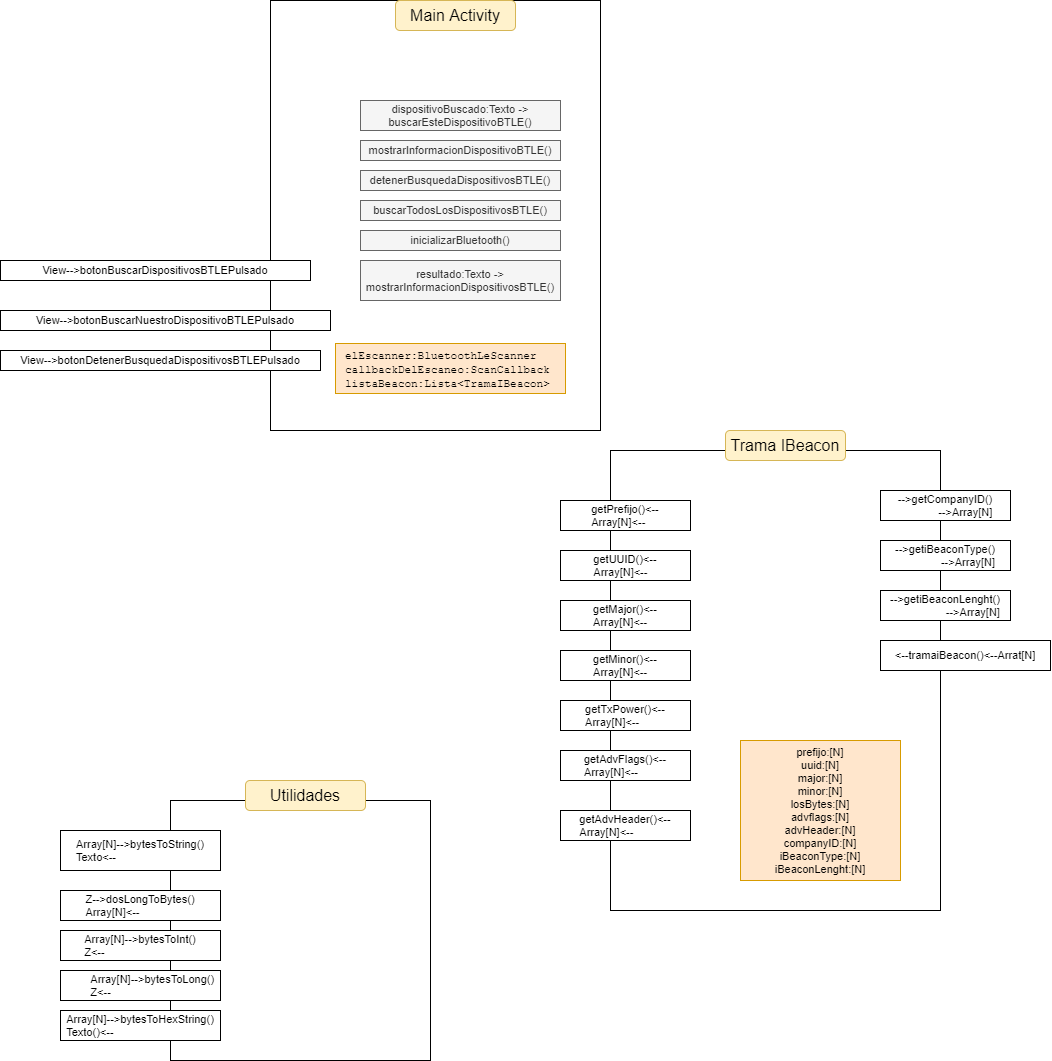
This is doc/diseñosAndroid.drawio (1).png from Gausek17/ProyectoBiometria-Android, a draw.io export, as it was before one commit. Source tidied: cells renumbered, new cells last; positions are measured from the earlier drawing's top-left corner, leaving out a move shared by most shapes.
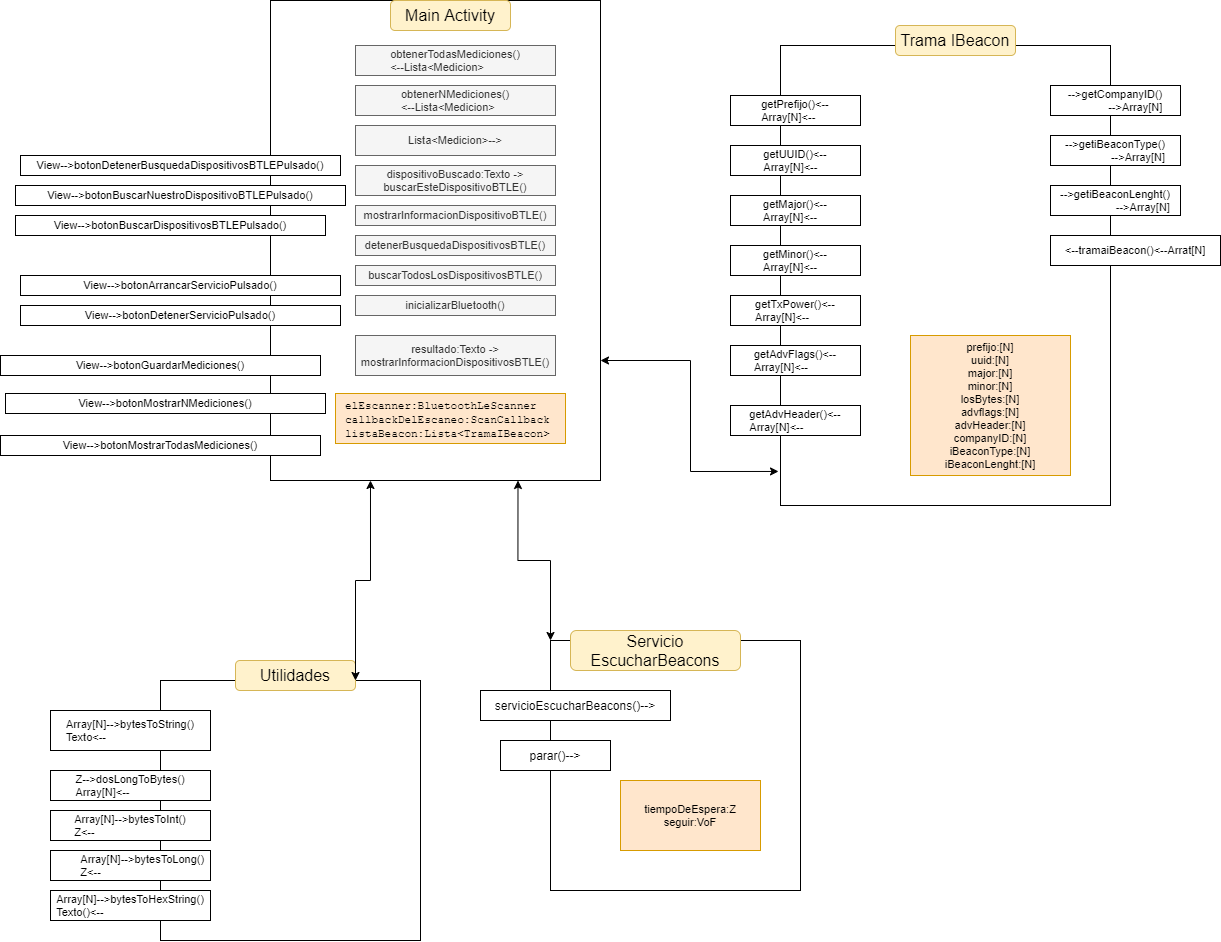
Later version of the same file.

Diff of the diagram source:
```diff
@@ -2,110 +2,152 @@
   <root>
     <mxCell id="0" />
     <mxCell id="1" parent="0" />
-    <mxCell id="2" style="edgeStyle=orthogonalEdgeStyle;rounded=0;orthogonalLoop=1;jettySize=auto;html=1;fontSize=11;" parent="1" edge="1">
-      <mxGeometry relative="1" as="geometry">
-        <mxPoint x="90" y="269.8" as="sourcePoint" />
-        <mxPoint x="110" y="269.8" as="targetPoint" />
-      </mxGeometry>
-    </mxCell>
     <mxCell id="3" style="rounded=0;whiteSpace=wrap;html=1;align=left;verticalAlign=top;spacingLeft=8;" parent="1" vertex="1">
-      <mxGeometry x="270" width="330" height="430" as="geometry" />
+      <mxGeometry x="270" y="-50" width="330" height="480" as="geometry" />
     </mxCell>
     <mxCell id="4" value="Main Activity" style="rounded=1;whiteSpace=wrap;html=1;fontSize=16;fillColor=#fff2cc;strokeColor=#d6b656;" parent="1" vertex="1">
-      <mxGeometry x="395" width="120" height="30" as="geometry" />
+      <mxGeometry x="390" y="-50" width="120" height="30" as="geometry" />
     </mxCell>
     <mxCell id="5" value="&lt;font style=&quot;font-size: 11px&quot;&gt;elEscanner:BluetoothLeScanner&lt;br&gt;callbackDelEscaneo:ScanCallback&lt;br&gt;listaBeacon:Lista&amp;lt;TramaIBeacon&amp;gt;&lt;br&gt;&lt;/font&gt;" style="rounded=0;whiteSpace=wrap;html=1;align=left;fontFamily=Courier New;spacingTop=2;spacingLeft=8;fillColor=#ffe6cc;strokeColor=#d79b00;" parent="1" vertex="1">
       <mxGeometry x="335" y="343" width="230" height="50" as="geometry" />
     </mxCell>
     <mxCell id="6" value="buscarTodosLosDispositivosBTLE()" style="rounded=0;whiteSpace=wrap;html=1;fontSize=11;fillColor=#f5f5f5;strokeColor=#666666;fontColor=#333333;" parent="1" vertex="1">
-      <mxGeometry x="360" y="200" width="200" height="20" as="geometry" />
+      <mxGeometry x="355" y="215" width="200" height="20" as="geometry" />
     </mxCell>
     <mxCell id="7" value="detenerBusquedaDispositivosBTLE()" style="rounded=0;whiteSpace=wrap;html=1;fontSize=11;fillColor=#f5f5f5;strokeColor=#666666;fontColor=#333333;" parent="1" vertex="1">
-      <mxGeometry x="360" y="170" width="200" height="20" as="geometry" />
+      <mxGeometry x="355" y="185" width="200" height="20" as="geometry" />
     </mxCell>
-    <mxCell id="8" value="View--&amp;gt;botonBuscarDispositivosBTLEPulsado" style="rounded=0;whiteSpace=wrap;html=1;fontSize=11;" parent="1" vertex="1">
-      <mxGeometry y="260" width="310" height="20" as="geometry" />
+    <mxCell id="8" value="View--&amp;gt;botonBuscarDispositivosBTLEPulsado()" style="rounded=0;whiteSpace=wrap;html=1;fontSize=11;" parent="1" vertex="1">
+      <mxGeometry x="15" y="165" width="310" height="20" as="geometry" />
     </mxCell>
-    <mxCell id="9" value="View--&amp;gt;botonBuscarNuestroDispositivoBTLEPulsado" style="rounded=0;whiteSpace=wrap;html=1;fontSize=11;" parent="1" vertex="1">
-      <mxGeometry y="310" width="330" height="20" as="geometry" />
+    <mxCell id="9" value="View--&amp;gt;botonBuscarNuestroDispositivoBTLEPulsado()" style="rounded=0;whiteSpace=wrap;html=1;fontSize=11;" parent="1" vertex="1">
+      <mxGeometry x="15" y="135" width="330" height="20" as="geometry" />
     </mxCell>
-    <mxCell id="10" value="View--&amp;gt;botonDetenerBusquedaDispositivosBTLEPulsado" style="rounded=0;whiteSpace=wrap;html=1;fontSize=11;" parent="1" vertex="1">
-      <mxGeometry y="350" width="320" height="20" as="geometry" />
+    <mxCell id="10" value="View--&amp;gt;botonDetenerBusquedaDispositivosBTLEPulsado()" style="rounded=0;whiteSpace=wrap;html=1;fontSize=11;" parent="1" vertex="1">
+      <mxGeometry x="20" y="105" width="320" height="20" as="geometry" />
     </mxCell>
     <mxCell id="11" value="inicializarBluetooth()" style="rounded=0;whiteSpace=wrap;html=1;fontSize=11;fillColor=#f5f5f5;strokeColor=#666666;fontColor=#333333;" parent="1" vertex="1">
-      <mxGeometry x="360" y="230" width="200" height="20" as="geometry" />
+      <mxGeometry x="355" y="245" width="200" height="20" as="geometry" />
     </mxCell>
     <mxCell id="12" value="mostrarInformacionDispositivoBTLE()" style="rounded=0;whiteSpace=wrap;html=1;fontSize=11;fillColor=#f5f5f5;strokeColor=#666666;fontColor=#333333;" parent="1" vertex="1">
-      <mxGeometry x="360" y="140" width="200" height="20" as="geometry" />
+      <mxGeometry x="355" y="155" width="200" height="20" as="geometry" />
     </mxCell>
     <mxCell id="13" value="&lt;span style=&quot;text-align: left&quot;&gt;dispositivoBuscado:Texto -&amp;gt; buscarEsteDispositivoBTLE()&lt;/span&gt;" style="rounded=0;whiteSpace=wrap;html=1;fontSize=11;fillColor=#f5f5f5;strokeColor=#666666;fontColor=#333333;" parent="1" vertex="1">
-      <mxGeometry x="360" y="100" width="200" height="30" as="geometry" />
+      <mxGeometry x="355" y="115" width="200" height="30" as="geometry" />
     </mxCell>
     <mxCell id="14" value="resultado:Texto -&amp;gt; mostrarInformacionDispositivosBTLE()" style="rounded=0;whiteSpace=wrap;html=1;fontSize=11;fillColor=#f5f5f5;strokeColor=#666666;fontColor=#333333;" parent="1" vertex="1">
-      <mxGeometry x="360" y="260" width="200" height="40" as="geometry" />
+      <mxGeometry x="355" y="285" width="200" height="40" as="geometry" />
     </mxCell>
     <mxCell id="15" style="rounded=0;whiteSpace=wrap;html=1;align=left;verticalAlign=top;spacingLeft=8;" parent="1" vertex="1">
-      <mxGeometry x="170" y="800" width="260" height="260" as="geometry" />
+      <mxGeometry x="160" y="630" width="260" height="260" as="geometry" />
     </mxCell>
     <mxCell id="16" value="Utilidades" style="rounded=1;whiteSpace=wrap;html=1;fontSize=16;fillColor=#fff2cc;strokeColor=#d6b656;" parent="1" vertex="1">
-      <mxGeometry x="245" y="780" width="120" height="30" as="geometry" />
+      <mxGeometry x="235" y="610" width="120" height="30" as="geometry" />
     </mxCell>
     <mxCell id="17" value="Array[N]--&amp;gt;bytesToString()&lt;br&gt;&lt;div style=&quot;text-align: left&quot;&gt;&lt;span&gt;Texto&amp;lt;--&lt;/span&gt;&lt;/div&gt;" style="rounded=0;whiteSpace=wrap;html=1;fontSize=11;" parent="1" vertex="1">
-      <mxGeometry x="60" y="830" width="160" height="40" as="geometry" />
+      <mxGeometry x="50" y="660" width="160" height="40" as="geometry" />
     </mxCell>
     <mxCell id="18" value="Z--&amp;gt;dosLongToBytes()&lt;br&gt;&lt;div style=&quot;text-align: left&quot;&gt;&lt;span&gt;Array[N]&amp;lt;--&lt;/span&gt;&lt;/div&gt;" style="rounded=0;whiteSpace=wrap;html=1;fontSize=11;" parent="1" vertex="1">
-      <mxGeometry x="60" y="890" width="160" height="30" as="geometry" />
+      <mxGeometry x="50" y="720" width="160" height="30" as="geometry" />
     </mxCell>
     <mxCell id="19" value="Array[N]--&amp;gt;bytesToInt()&lt;br&gt;&lt;div style=&quot;text-align: left&quot;&gt;&lt;span&gt;Z&amp;lt;--&lt;/span&gt;&lt;/div&gt;" style="rounded=0;whiteSpace=wrap;html=1;fontSize=11;" parent="1" vertex="1">
-      <mxGeometry x="60" y="930" width="160" height="30" as="geometry" />
+      <mxGeometry x="50" y="760" width="160" height="30" as="geometry" />
     </mxCell>
     <mxCell id="20" value="&lt;span style=&quot;white-space: pre&quot;&gt;&#9;&lt;/span&gt;Array[N]--&amp;gt;bytesToLong()&lt;br&gt;&lt;div style=&quot;text-align: left&quot;&gt;&lt;span&gt;&amp;nbsp; &amp;nbsp; &amp;nbsp; &amp;nbsp; Z&amp;lt;--&lt;/span&gt;&lt;/div&gt;" style="rounded=0;whiteSpace=wrap;html=1;fontSize=11;align=center;" parent="1" vertex="1">
-      <mxGeometry x="60" y="970" width="160" height="30" as="geometry" />
+      <mxGeometry x="50" y="800" width="160" height="30" as="geometry" />
     </mxCell>
     <mxCell id="21" value="Array[N]--&amp;gt;bytesToHexString()&lt;br&gt;&lt;div style=&quot;text-align: left&quot;&gt;&lt;span&gt;Texto()&amp;lt;--&lt;/span&gt;&lt;/div&gt;" style="rounded=0;whiteSpace=wrap;html=1;fontSize=11;" parent="1" vertex="1">
-      <mxGeometry x="60" y="1010" width="160" height="30" as="geometry" />
+      <mxGeometry x="50" y="840" width="160" height="30" as="geometry" />
     </mxCell>
     <mxCell id="22" style="rounded=0;whiteSpace=wrap;html=1;fontFamily=Helvetica;fontSize=11;" parent="1" vertex="1">
-      <mxGeometry x="610" y="450" width="330" height="460" as="geometry" />
+      <mxGeometry x="780" y="-5" width="330" height="460" as="geometry" />
     </mxCell>
     <mxCell id="23" value="Trama IBeacon" style="rounded=1;whiteSpace=wrap;html=1;fontSize=16;fillColor=#fff2cc;strokeColor=#d6b656;" parent="1" vertex="1">
-      <mxGeometry x="725" y="430" width="120" height="30" as="geometry" />
+      <mxGeometry x="895" y="-25" width="120" height="30" as="geometry" />
     </mxCell>
     <mxCell id="24" value="getPrefijo()&amp;lt;--&lt;br&gt;&lt;div style=&quot;text-align: left&quot;&gt;&lt;span&gt;Array[N]&amp;lt;--&lt;/span&gt;&lt;/div&gt;" style="rounded=0;whiteSpace=wrap;html=1;fontFamily=Helvetica;fontSize=11;align=center;" parent="1" vertex="1">
-      <mxGeometry x="560" y="500" width="130" height="30" as="geometry" />
+      <mxGeometry x="730" y="45" width="130" height="30" as="geometry" />
     </mxCell>
     <mxCell id="25" value="getUUID()&amp;lt;--&lt;br&gt;&lt;div style=&quot;text-align: left&quot;&gt;&lt;span&gt;Array[N]&amp;lt;--&lt;/span&gt;&lt;/div&gt;" style="rounded=0;whiteSpace=wrap;html=1;fontFamily=Helvetica;fontSize=11;" parent="1" vertex="1">
-      <mxGeometry x="560" y="550" width="130" height="30" as="geometry" />
+      <mxGeometry x="730" y="95" width="130" height="30" as="geometry" />
     </mxCell>
     <mxCell id="26" value="getMajor()&amp;lt;--&lt;br&gt;&lt;div style=&quot;text-align: left&quot;&gt;&lt;span&gt;Array[N]&amp;lt;--&lt;/span&gt;&lt;/div&gt;" style="rounded=0;whiteSpace=wrap;html=1;fontFamily=Helvetica;fontSize=11;" parent="1" vertex="1">
-      <mxGeometry x="560" y="600" width="130" height="30" as="geometry" />
+      <mxGeometry x="730" y="145" width="130" height="30" as="geometry" />
     </mxCell>
     <mxCell id="27" value="getMinor()&amp;lt;--&lt;br&gt;&lt;div style=&quot;text-align: left&quot;&gt;&lt;span&gt;Array[N]&amp;lt;--&lt;/span&gt;&lt;/div&gt;" style="rounded=0;whiteSpace=wrap;html=1;fontFamily=Helvetica;fontSize=11;align=center;" parent="1" vertex="1">
-      <mxGeometry x="560" y="650" width="130" height="30" as="geometry" />
+      <mxGeometry x="730" y="195" width="130" height="30" as="geometry" />
     </mxCell>
     <mxCell id="28" value="getTxPower()&amp;lt;--&lt;br&gt;&lt;div style=&quot;text-align: left&quot;&gt;&lt;span&gt;Array[N]&amp;lt;--&lt;/span&gt;&lt;/div&gt;" style="rounded=0;whiteSpace=wrap;html=1;fontFamily=Helvetica;fontSize=11;" parent="1" vertex="1">
-      <mxGeometry x="560" y="700" width="130" height="30" as="geometry" />
+      <mxGeometry x="730" y="245" width="130" height="30" as="geometry" />
     </mxCell>
     <mxCell id="29" value="getAdvFlags()&amp;lt;--&lt;br&gt;&lt;div style=&quot;text-align: left&quot;&gt;&lt;span&gt;Array[N]&amp;lt;--&lt;/span&gt;&lt;/div&gt;" style="rounded=0;whiteSpace=wrap;html=1;fontFamily=Helvetica;fontSize=11;" parent="1" vertex="1">
-      <mxGeometry x="560" y="750" width="130" height="30" as="geometry" />
+      <mxGeometry x="730" y="295" width="130" height="30" as="geometry" />
     </mxCell>
     <mxCell id="30" value="getAdvHeader()&amp;lt;--&lt;br&gt;&lt;div style=&quot;text-align: left&quot;&gt;&lt;span&gt;Array[N]&amp;lt;--&lt;/span&gt;&lt;/div&gt;" style="rounded=0;whiteSpace=wrap;html=1;fontFamily=Helvetica;fontSize=11;" parent="1" vertex="1">
-      <mxGeometry x="560" y="810" width="130" height="30" as="geometry" />
+      <mxGeometry x="730" y="355" width="130" height="30" as="geometry" />
     </mxCell>
     <mxCell id="31" value="--&amp;gt;getCompanyID()&lt;br&gt;&lt;div style=&quot;text-align: right&quot;&gt;&lt;span&gt;--&amp;gt;Array[N]&lt;/span&gt;&lt;/div&gt;" style="rounded=0;whiteSpace=wrap;html=1;fontFamily=Helvetica;fontSize=11;" parent="1" vertex="1">
-      <mxGeometry x="880" y="490" width="130" height="30" as="geometry" />
+      <mxGeometry x="1050" y="35" width="130" height="30" as="geometry" />
     </mxCell>
     <mxCell id="32" value="--&amp;gt;getiBeaconType()&lt;br&gt;&lt;div style=&quot;text-align: right&quot;&gt;&lt;span&gt;--&amp;gt;Array[N]&lt;/span&gt;&lt;/div&gt;" style="rounded=0;whiteSpace=wrap;html=1;fontFamily=Helvetica;fontSize=11;" parent="1" vertex="1">
-      <mxGeometry x="880" y="540" width="130" height="30" as="geometry" />
+      <mxGeometry x="1050" y="85" width="130" height="30" as="geometry" />
     </mxCell>
     <mxCell id="33" value="--&amp;gt;getiBeaconLenght()&lt;br&gt;&lt;div style=&quot;text-align: right&quot;&gt;&lt;span&gt;--&amp;gt;Array[N]&lt;/span&gt;&lt;/div&gt;" style="rounded=0;whiteSpace=wrap;html=1;fontFamily=Helvetica;fontSize=11;" parent="1" vertex="1">
-      <mxGeometry x="880" y="590" width="130" height="30" as="geometry" />
+      <mxGeometry x="1050" y="135" width="130" height="30" as="geometry" />
     </mxCell>
     <mxCell id="34" value="&amp;lt;--tramaiBeacon()&amp;lt;--Arrat[N]" style="rounded=0;whiteSpace=wrap;html=1;fontFamily=Helvetica;fontSize=11;" parent="1" vertex="1">
-      <mxGeometry x="880" y="640" width="170" height="30" as="geometry" />
+      <mxGeometry x="1050" y="185" width="170" height="30" as="geometry" />
     </mxCell>
     <mxCell id="35" value="prefijo:[N]&lt;br&gt;uuid:[N]&lt;br&gt;major:[N]&lt;br&gt;minor:[N]&lt;br&gt;losBytes:[N]&lt;br&gt;advflags:[N]&lt;br&gt;advHeader:[N]&lt;br&gt;companyID:[N]&lt;br&gt;iBeaconType:[N]&lt;br&gt;iBeaconLenght:[N]" style="rounded=0;whiteSpace=wrap;html=1;fontFamily=Helvetica;fontSize=11;fillColor=#ffe6cc;strokeColor=#d79b00;" parent="1" vertex="1">
-      <mxGeometry x="740" y="740" width="160" height="140" as="geometry" />
+      <mxGeometry x="910" y="285" width="160" height="140" as="geometry" />
     </mxCell>
+    <mxCell id="36" style="endArrow=classic;startArrow=classic;html=1;rounded=0;edgeStyle=orthogonalEdgeStyle;exitX=0.75;exitY=0;exitDx=0;exitDy=0;entryX=0.303;entryY=1;entryDx=0;entryDy=0;entryPerimeter=0;" parent="1" edge="1" source="15" target="3">
+      <mxGeometry relative="1" as="geometry" />
+    </mxCell>
+    <mxCell id="37" style="endArrow=classic;startArrow=classic;html=1;rounded=0;edgeStyle=orthogonalEdgeStyle;entryX=1;entryY=0.75;entryDx=0;entryDy=0;exitX=-0.006;exitY=0.926;exitDx=0;exitDy=0;exitPerimeter=0;" parent="1" edge="1" source="22" target="3">
+      <mxGeometry relative="1" as="geometry" />
+    </mxCell>
+    <mxCell id="38" style="rounded=0;whiteSpace=wrap;html=1;align=left;verticalAlign=top;spacingLeft=8;" parent="1" vertex="1">
+      <mxGeometry x="550" y="590" width="250" height="250" as="geometry" />
+    </mxCell>
+    <mxCell id="39" value="Servicio EscucharBeacons" style="rounded=1;whiteSpace=wrap;html=1;fontSize=16;fillColor=#fff2cc;strokeColor=#d6b656;" parent="1" vertex="1">
+      <mxGeometry x="570" y="580" width="170" height="40" as="geometry" />
+    </mxCell>
+    <mxCell id="40" style="endArrow=classic;startArrow=classic;html=1;rounded=0;edgeStyle=orthogonalEdgeStyle;entryX=0.75;entryY=1;entryDx=0;entryDy=0;exitX=0;exitY=0;exitDx=0;exitDy=0;" parent="1" edge="1" source="38" target="3">
+      <mxGeometry relative="1" as="geometry" />
+    </mxCell>
+    <mxCell id="41" value="servicioEscucharBeacons()--&amp;gt;" style="rounded=0;whiteSpace=wrap;html=1;" parent="1" vertex="1">
+      <mxGeometry x="480" y="640" width="190" height="30" as="geometry" />
+    </mxCell>
+    <mxCell id="42" value="parar()--&amp;gt;" style="rounded=0;whiteSpace=wrap;html=1;" parent="1" vertex="1">
+      <mxGeometry x="500" y="690" width="110" height="30" as="geometry" />
+    </mxCell>
+    <mxCell id="43" value="tiempoDeEspera:Z&lt;br&gt;seguir:VoF" style="rounded=0;whiteSpace=wrap;html=1;fontFamily=Helvetica;fontSize=11;fillColor=#ffe6cc;strokeColor=#d79b00;" parent="1" vertex="1">
+      <mxGeometry x="620" y="730" width="140" height="70" as="geometry" />
+    </mxCell>
+    <mxCell id="44" value="View--&amp;gt;botonMostrarTodasMediciones()" style="rounded=0;whiteSpace=wrap;html=1;fontSize=11;" parent="1" vertex="1">
+      <mxGeometry y="385" width="320" height="20" as="geometry" />
+    </mxCell>
+    <mxCell id="45" value="View--&amp;gt;botonMostrarNMediciones()" style="rounded=0;whiteSpace=wrap;html=1;fontSize=11;" parent="1" vertex="1">
+      <mxGeometry x="5" y="343" width="320" height="20" as="geometry" />
+    </mxCell>
+    <mxCell id="46" value="View--&amp;gt;botonGuardarMediciones()" style="rounded=0;whiteSpace=wrap;html=1;fontSize=11;" parent="1" vertex="1">
+      <mxGeometry y="305" width="320" height="20" as="geometry" />
+    </mxCell>
+    <mxCell id="47" value="View--&amp;gt;botonArrancarServicioPulsado()" style="rounded=0;whiteSpace=wrap;html=1;fontSize=11;" parent="1" vertex="1">
+      <mxGeometry x="20" y="225" width="320" height="20" as="geometry" />
+    </mxCell>
+    <mxCell id="48" value="View--&amp;gt;botonDetenerServicioPulsado()" style="rounded=0;whiteSpace=wrap;html=1;fontSize=11;" parent="1" vertex="1">
+      <mxGeometry x="20" y="255" width="320" height="20" as="geometry" />
+    </mxCell>
+    <mxCell id="49" value="&lt;span&gt;obtenerTodasMediciones()&lt;br&gt;&lt;div style=&quot;text-align: left&quot;&gt;&lt;span&gt;&amp;lt;--Lista&amp;lt;Medicion&amp;gt;&lt;/span&gt;&lt;/div&gt;&lt;/span&gt;" style="rounded=0;whiteSpace=wrap;html=1;fontSize=11;fillColor=#f5f5f5;strokeColor=#666666;fontColor=#333333;" parent="1" vertex="1">
+      <mxGeometry x="355" y="-5" width="200" height="30" as="geometry" />
+    </mxCell>
+    <mxCell id="50" value="&lt;span&gt;obtenerNMediciones()&lt;br&gt;&lt;div style=&quot;text-align: left&quot;&gt;&lt;span&gt;&amp;lt;--Lista&amp;lt;Medicion&amp;gt;&lt;/span&gt;&lt;/div&gt;&lt;/span&gt;" style="rounded=0;whiteSpace=wrap;html=1;fontSize=11;fillColor=#f5f5f5;strokeColor=#666666;fontColor=#333333;" parent="1" vertex="1">
+      <mxGeometry x="355" y="35" width="200" height="30" as="geometry" />
+    </mxCell>
+    <mxCell id="51" value="&lt;span style=&quot;text-align: left&quot;&gt;Lista&amp;lt;Medicion&amp;gt;--&amp;gt;&lt;/span&gt;" style="rounded=0;whiteSpace=wrap;html=1;fontSize=11;fillColor=#f5f5f5;strokeColor=#666666;fontColor=#333333;" parent="1" vertex="1">
+      <mxGeometry x="355" y="75" width="200" height="30" as="geometry" />
+    </mxCell>
   </root>
 </mxGraphModel>
```
